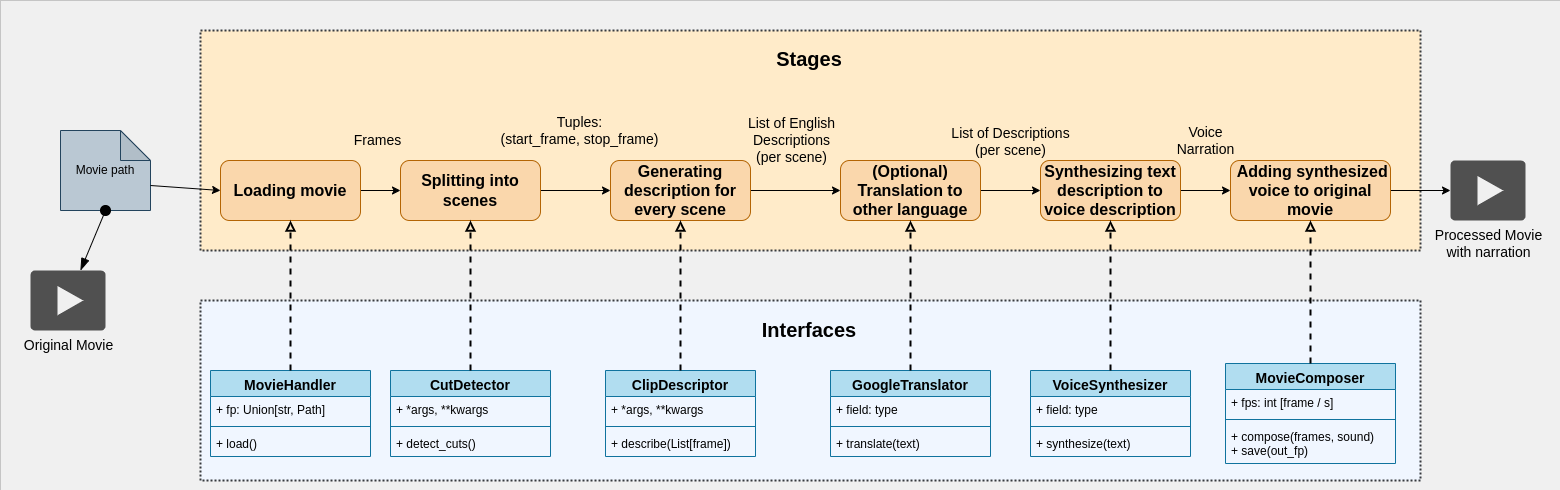
Earlier version of the draw.io export doc/drawio/Dataflow_Stages.png (BJankow/hackster.io-AI-video-narration-for-visually-impaired). Source tidied: cells renumbered, new cells last; positions are measured from the earlier drawing's top-left corner, leaving out a move shared by most shapes.
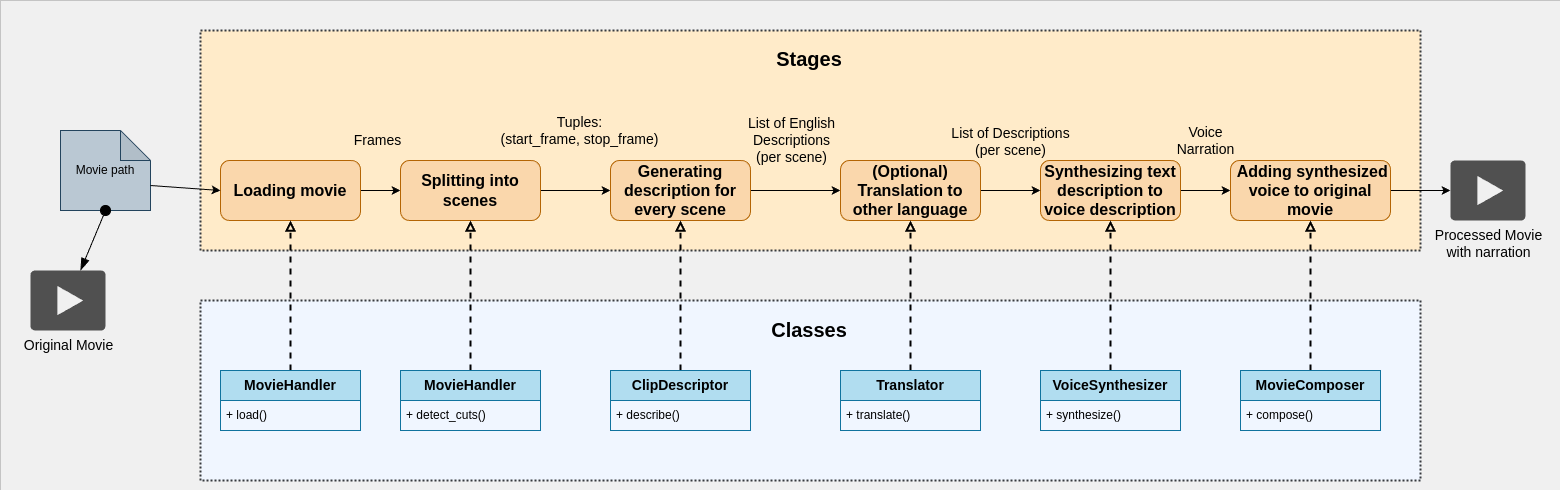
After the change.

The edit, as a diff of the source:
```diff
@@ -64,103 +64,67 @@
       <mxGeometry x="30" y="270" width="75" height="60" as="geometry" />
     </mxCell>
     <mxCell id="21" value="Interfaces" parent="0" />
+    <mxCell id="53" style="rounded=0;whiteSpace=wrap;html=1;fillColor=none;strokeWidth=0;" parent="21" vertex="1">
+      <mxGeometry width="1560" height="490" as="geometry" />
+    </mxCell>
-    <mxCell id="22" value="&lt;font size=&quot;1&quot; style=&quot;&quot;&gt;&lt;b style=&quot;font-size: 20px;&quot;&gt;Interfaces&lt;/b&gt;&lt;/font&gt;" style="rounded=0;whiteSpace=wrap;html=1;fillColor=#F0F6FF;movableLabel=1;strokeWidth=2;dashed=1;dashPattern=1 1;strokeColor=#36393d;" parent="21" vertex="1">
+    <mxCell id="22" value="&lt;font size=&quot;1&quot; style=&quot;&quot;&gt;&lt;b style=&quot;font-size: 20px;&quot;&gt;Classes&lt;/b&gt;&lt;/font&gt;" style="rounded=0;whiteSpace=wrap;html=1;fillColor=#F0F6FF;movableLabel=1;strokeWidth=2;dashed=1;dashPattern=1 1;strokeColor=#36393d;" parent="21" vertex="1">
       <mxGeometry x="200" y="300" width="1220" height="180" as="geometry">
         <mxPoint x="-1" y="-61" as="offset" />
       </mxGeometry>
     </mxCell>
-    <mxCell id="23" value="&lt;font style=&quot;font-size: 14px;&quot;&gt;MovieHandler&lt;/font&gt;" style="swimlane;fontStyle=1;align=center;verticalAlign=top;horizontal=1;startSize=26;whiteSpace=wrap;html=1;fillColor=#b1ddf0;strokeColor=#10739e;" parent="21" vertex="1">
-      <mxGeometry x="210" y="370" width="160" height="86" as="geometry" />
-    </mxCell>
-    <mxCell id="24" value="+ fp: Union[str, Path]" style="text;strokeColor=none;fillColor=none;align=left;verticalAlign=top;spacingLeft=4;spacingRight=4;overflow=hidden;whiteSpace=wrap;html=1;" parent="23" vertex="1">
-      <mxGeometry y="26" width="160" height="26" as="geometry" />
-    </mxCell>
-    <mxCell id="25" style="line;strokeWidth=1;fillColor=none;align=left;verticalAlign=middle;spacingTop=-1;spacingLeft=3;spacingRight=3;labelPosition=right;strokeColor=inherit;" parent="23" vertex="1">
-      <mxGeometry y="52" width="160" height="8" as="geometry" />
-    </mxCell>
-    <mxCell id="26" value="+ load()" style="text;strokeColor=none;fillColor=none;align=left;verticalAlign=top;spacingLeft=4;spacingRight=4;overflow=hidden;whiteSpace=wrap;html=1;" parent="23" vertex="1">
-      <mxGeometry y="60" width="160" height="26" as="geometry" />
-    </mxCell>
-    <mxCell id="27" value="&lt;font style=&quot;font-size: 14px;&quot;&gt;CutDetector&lt;/font&gt;" style="swimlane;fontStyle=1;align=center;verticalAlign=top;horizontal=1;startSize=26;whiteSpace=wrap;html=1;fillColor=#b1ddf0;strokeColor=#10739e;" parent="21" vertex="1">
-      <mxGeometry x="390" y="370" width="160" height="86" as="geometry" />
-    </mxCell>
-    <mxCell id="28" value="+ *args, **kwargs" style="text;strokeColor=none;fillColor=none;align=left;verticalAlign=top;spacingLeft=4;spacingRight=4;overflow=hidden;whiteSpace=wrap;html=1;" parent="27" vertex="1">
-      <mxGeometry y="26" width="160" height="26" as="geometry" />
-    </mxCell>
-    <mxCell id="29" style="line;strokeWidth=1;fillColor=none;align=left;verticalAlign=middle;spacingTop=-1;spacingLeft=3;spacingRight=3;labelPosition=right;strokeColor=inherit;" parent="27" vertex="1">
-      <mxGeometry y="52" width="160" height="8" as="geometry" />
-    </mxCell>
-    <mxCell id="30" value="+ detect_cuts()" style="text;strokeColor=none;fillColor=none;align=left;verticalAlign=top;spacingLeft=4;spacingRight=4;overflow=hidden;whiteSpace=wrap;html=1;" parent="27" vertex="1">
-      <mxGeometry y="60" width="160" height="26" as="geometry" />
-    </mxCell>
-    <mxCell id="31" value="&lt;font style=&quot;font-size: 14px;&quot;&gt;ClipDescriptor&lt;/font&gt;" style="swimlane;fontStyle=1;align=center;verticalAlign=top;horizontal=1;startSize=26;whiteSpace=wrap;html=1;fillColor=#b1ddf0;strokeColor=#10739e;" parent="21" vertex="1">
-      <mxGeometry x="605" y="370" width="150" height="86" as="geometry" />
-    </mxCell>
-    <mxCell id="32" value="+ *args, **kwargs" style="text;strokeColor=none;fillColor=none;align=left;verticalAlign=top;spacingLeft=4;spacingRight=4;overflow=hidden;whiteSpace=wrap;html=1;" parent="31" vertex="1">
-      <mxGeometry y="26" width="150" height="26" as="geometry" />
-    </mxCell>
-    <mxCell id="33" style="line;strokeWidth=1;fillColor=none;align=left;verticalAlign=middle;spacingTop=-1;spacingLeft=3;spacingRight=3;labelPosition=right;strokeColor=inherit;" parent="31" vertex="1">
-      <mxGeometry y="52" width="150" height="8" as="geometry" />
-    </mxCell>
-    <mxCell id="34" value="+ describe(List[frame])" style="text;strokeColor=none;fillColor=none;align=left;verticalAlign=top;spacingLeft=4;spacingRight=4;overflow=hidden;whiteSpace=wrap;html=1;" parent="31" vertex="1">
-      <mxGeometry y="60" width="150" height="26" as="geometry" />
-    </mxCell>
-    <mxCell id="35" value="&lt;font style=&quot;font-size: 14px;&quot;&gt;VoiceSynthesizer&lt;/font&gt;" style="swimlane;fontStyle=1;align=center;verticalAlign=top;horizontal=1;startSize=26;whiteSpace=wrap;html=1;fillColor=#b1ddf0;strokeColor=#10739e;" parent="21" vertex="1">
-      <mxGeometry x="1030" y="370" width="160" height="86" as="geometry" />
-    </mxCell>
-    <mxCell id="36" value="+ field: type" style="text;strokeColor=none;fillColor=none;align=left;verticalAlign=top;spacingLeft=4;spacingRight=4;overflow=hidden;whiteSpace=wrap;html=1;" parent="35" vertex="1">
-      <mxGeometry y="26" width="160" height="26" as="geometry" />
-    </mxCell>
-    <mxCell id="37" style="line;strokeWidth=1;fillColor=none;align=left;verticalAlign=middle;spacingTop=-1;spacingLeft=3;spacingRight=3;labelPosition=right;strokeColor=inherit;" parent="35" vertex="1">
-      <mxGeometry y="52" width="160" height="8" as="geometry" />
-    </mxCell>
-    <mxCell id="38" value="+ synthesize(text)" style="text;strokeColor=none;fillColor=none;align=left;verticalAlign=top;spacingLeft=4;spacingRight=4;overflow=hidden;whiteSpace=wrap;html=1;" parent="35" vertex="1">
-      <mxGeometry y="60" width="160" height="26" as="geometry" />
-    </mxCell>
-    <mxCell id="39" value="&lt;font style=&quot;font-size: 14px;&quot;&gt;MovieComposer&lt;/font&gt;" style="swimlane;fontStyle=1;align=center;verticalAlign=top;horizontal=1;startSize=26;whiteSpace=wrap;html=1;fillColor=#b1ddf0;strokeColor=#10739e;" parent="21" vertex="1">
-      <mxGeometry x="1225" y="363" width="170" height="100" as="geometry" />
-    </mxCell>
-    <mxCell id="40" value="+ fps: int [frame / s]" style="text;strokeColor=none;fillColor=none;align=left;verticalAlign=top;spacingLeft=4;spacingRight=4;overflow=hidden;whiteSpace=wrap;html=1;" parent="39" vertex="1">
-      <mxGeometry y="26" width="170" height="26" as="geometry" />
-    </mxCell>
-    <mxCell id="41" style="line;strokeWidth=1;fillColor=none;align=left;verticalAlign=middle;spacingTop=-1;spacingLeft=3;spacingRight=3;labelPosition=right;strokeColor=inherit;" parent="39" vertex="1">
-      <mxGeometry y="52" width="170" height="8" as="geometry" />
-    </mxCell>
-    <mxCell id="42" value="+ compose(frames, sound)&lt;div&gt;+ save(out_fp)&lt;/div&gt;" style="text;strokeColor=none;fillColor=none;align=left;verticalAlign=top;spacingLeft=4;spacingRight=4;overflow=hidden;whiteSpace=wrap;html=1;" parent="39" vertex="1">
-      <mxGeometry y="60" width="170" height="40" as="geometry" />
-    </mxCell>
-    <mxCell id="43" value="&lt;font style=&quot;font-size: 14px;&quot;&gt;GoogleTranslator&lt;/font&gt;" style="swimlane;fontStyle=1;align=center;verticalAlign=top;horizontal=1;startSize=26;whiteSpace=wrap;html=1;fillColor=#b1ddf0;strokeColor=#10739e;" parent="21" vertex="1">
-      <mxGeometry x="830" y="370" width="160" height="86" as="geometry" />
-    </mxCell>
-    <mxCell id="44" value="+ field: type" style="text;strokeColor=none;fillColor=none;align=left;verticalAlign=top;spacingLeft=4;spacingRight=4;overflow=hidden;whiteSpace=wrap;html=1;" parent="43" vertex="1">
-      <mxGeometry y="26" width="160" height="26" as="geometry" />
-    </mxCell>
-    <mxCell id="45" style="line;strokeWidth=1;fillColor=none;align=left;verticalAlign=middle;spacingTop=-1;spacingLeft=3;spacingRight=3;labelPosition=right;strokeColor=inherit;" parent="43" vertex="1">
-      <mxGeometry y="52" width="160" height="8" as="geometry" />
-    </mxCell>
-    <mxCell id="46" value="+ translate(text)" style="text;strokeColor=none;fillColor=none;align=left;verticalAlign=top;spacingLeft=4;spacingRight=4;overflow=hidden;whiteSpace=wrap;html=1;" parent="43" vertex="1">
-      <mxGeometry y="60" width="160" height="26" as="geometry" />
-    </mxCell>
     <mxCell id="47" style="edgeStyle=orthogonalEdgeStyle;rounded=0;jettySize=auto;html=1;endArrow=block;endFill=0;dashed=1;strokeWidth=2;entryX=0.5;entryY=1;entryDx=0;entryDy=0;" parent="21" edge="1" source="39" target="14">
       <mxGeometry relative="1" as="geometry" />
     </mxCell>
-    <mxCell id="48" style="edgeStyle=orthogonalEdgeStyle;rounded=0;jettySize=auto;html=1;endArrow=block;endFill=0;dashed=1;strokeWidth=2;entryX=0.5;entryY=1;entryDx=0;entryDy=0;" parent="21" edge="1" source="35" target="12">
+    <mxCell id="48" style="edgeStyle=orthogonalEdgeStyle;rounded=0;jettySize=auto;html=1;endArrow=block;endFill=0;dashed=1;strokeWidth=2;entryX=0.5;entryY=1;entryDx=0;entryDy=0;exitX=0.5;exitY=0;exitDx=0;exitDy=0;" parent="21" edge="1" source="35" target="12">
       <mxGeometry relative="1" as="geometry" />
     </mxCell>
-    <mxCell id="49" style="edgeStyle=orthogonalEdgeStyle;rounded=0;jettySize=auto;html=1;endArrow=block;endFill=0;dashed=1;strokeWidth=2;entryX=0.5;entryY=1;entryDx=0;entryDy=0;exitX=0.5;exitY=0;exitDx=0;exitDy=0;" parent="21" edge="1" source="43" target="19">
+    <mxCell id="49" style="edgeStyle=orthogonalEdgeStyle;rounded=0;jettySize=auto;html=1;endArrow=block;endFill=0;dashed=1;strokeWidth=2;entryX=0.5;entryY=1;entryDx=0;entryDy=0;exitX=0.5;exitY=0;exitDx=0;exitDy=0;" parent="21" edge="1" source="57" target="19">
       <mxGeometry relative="1" as="geometry" />
     </mxCell>
-    <mxCell id="50" style="edgeStyle=orthogonalEdgeStyle;rounded=0;jettySize=auto;html=1;endArrow=block;endFill=0;dashed=1;strokeWidth=2;entryX=0.5;entryY=1;entryDx=0;entryDy=0;" parent="21" edge="1" source="31" target="10">
+    <mxCell id="50" style="edgeStyle=orthogonalEdgeStyle;rounded=0;jettySize=auto;html=1;endArrow=block;endFill=0;dashed=1;strokeWidth=2;entryX=0.5;entryY=1;entryDx=0;entryDy=0;exitX=0.5;exitY=0;exitDx=0;exitDy=0;" parent="21" edge="1" source="31" target="10">
       <mxGeometry relative="1" as="geometry" />
     </mxCell>
-    <mxCell id="51" style="edgeStyle=orthogonalEdgeStyle;rounded=0;jettySize=auto;html=1;endArrow=block;endFill=0;dashed=1;strokeWidth=2;entryX=0.5;entryY=1;entryDx=0;entryDy=0;" parent="21" edge="1" source="27" target="8">
+    <mxCell id="51" style="edgeStyle=orthogonalEdgeStyle;rounded=0;jettySize=auto;html=1;endArrow=block;endFill=0;dashed=1;strokeWidth=2;entryX=0.5;entryY=1;entryDx=0;entryDy=0;exitX=0.5;exitY=0;exitDx=0;exitDy=0;" parent="21" edge="1" source="55" target="8">
       <mxGeometry relative="1" as="geometry" />
     </mxCell>
-    <mxCell id="52" style="edgeStyle=orthogonalEdgeStyle;rounded=0;jettySize=auto;html=1;endArrow=block;endFill=0;dashed=1;strokeWidth=2;entryX=0.5;entryY=1;entryDx=0;entryDy=0;" parent="21" edge="1" source="23" target="4">
+    <mxCell id="52" style="edgeStyle=orthogonalEdgeStyle;rounded=0;jettySize=auto;html=1;endArrow=block;endFill=0;dashed=1;strokeWidth=2;entryX=0.5;entryY=1;entryDx=0;entryDy=0;exitX=0.5;exitY=0;exitDx=0;exitDy=0;" parent="21" edge="1" source="54" target="4">
       <mxGeometry relative="1" as="geometry" />
     </mxCell>
-    <mxCell id="53" style="rounded=0;whiteSpace=wrap;html=1;fillColor=none;strokeWidth=0;" parent="21" vertex="1">
-      <mxGeometry width="1560" height="490" as="geometry" />
-    </mxCell>
+    <mxCell id="54" value="&lt;span style=&quot;color: rgb(0, 0, 0); font-family: Helvetica; font-size: 14px; font-style: normal; font-variant-ligatures: normal; font-variant-caps: normal; font-weight: 700; letter-spacing: normal; orphans: 2; text-align: center; text-indent: 0px; text-transform: none; widows: 2; word-spacing: 0px; -webkit-text-stroke-width: 0px; white-space: normal; text-decoration-thickness: initial; text-decoration-style: initial; text-decoration-color: initial; float: none; display: inline !important;&quot;&gt;MovieHandler&lt;/span&gt;" style="swimlane;fontStyle=0;horizontal=1;startSize=30;whiteSpace=wrap;html=1;fillColor=#b1ddf0;strokeColor=#10739e;" parent="21" vertex="1">
+      <mxGeometry x="220" y="370" width="140" height="60" as="geometry" />
+    </mxCell>
+    <mxCell id="26" value="+ load()" style="text;strokeColor=none;fillColor=none;align=left;verticalAlign=middle;spacingLeft=4;spacingRight=4;overflow=hidden;whiteSpace=wrap;html=1;" parent="54" vertex="1">
+      <mxGeometry y="30" width="140" height="30" as="geometry" />
+    </mxCell>
+    <mxCell id="55" value="&lt;span style=&quot;color: rgb(0, 0, 0); font-family: Helvetica; font-size: 14px; font-style: normal; font-variant-ligatures: normal; font-variant-caps: normal; font-weight: 700; letter-spacing: normal; orphans: 2; text-align: center; text-indent: 0px; text-transform: none; widows: 2; word-spacing: 0px; -webkit-text-stroke-width: 0px; white-space: normal; text-decoration-thickness: initial; text-decoration-style: initial; text-decoration-color: initial; float: none; display: inline !important;&quot;&gt;MovieHandler&lt;/span&gt;" style="swimlane;fontStyle=0;horizontal=1;startSize=30;whiteSpace=wrap;html=1;fillColor=#b1ddf0;strokeColor=#10739e;" parent="21" vertex="1">
+      <mxGeometry x="400" y="370" width="140" height="60" as="geometry" />
+    </mxCell>
+    <mxCell id="30" value="+ detect_cuts()" style="text;strokeColor=none;fillColor=none;align=left;verticalAlign=middle;spacingLeft=4;spacingRight=4;overflow=hidden;whiteSpace=wrap;html=1;" parent="55" vertex="1">
+      <mxGeometry y="30" width="140" height="30" as="geometry" />
+    </mxCell>
+    <mxCell id="31" value="&lt;span style=&quot;font-size: 14px; font-weight: 700;&quot;&gt;ClipDescriptor&lt;/span&gt;" style="swimlane;fontStyle=0;horizontal=1;startSize=30;whiteSpace=wrap;html=1;fillColor=#b1ddf0;strokeColor=#10739e;" parent="21" vertex="1">
+      <mxGeometry x="610" y="370" width="140" height="60" as="geometry" />
+    </mxCell>
+    <mxCell id="56" value="+ describe()" style="text;strokeColor=none;fillColor=none;align=left;verticalAlign=middle;spacingLeft=4;spacingRight=4;overflow=hidden;whiteSpace=wrap;html=1;" parent="31" vertex="1">
+      <mxGeometry y="30" width="140" height="30" as="geometry" />
+    </mxCell>
+    <mxCell id="57" value="&lt;span style=&quot;font-size: 14px; font-weight: 700;&quot;&gt;Translator&lt;/span&gt;" style="swimlane;fontStyle=0;horizontal=1;startSize=30;whiteSpace=wrap;html=1;fillColor=#b1ddf0;strokeColor=#10739e;" parent="21" vertex="1">
+      <mxGeometry x="840" y="370" width="140" height="60" as="geometry" />
+    </mxCell>
+    <mxCell id="58" value="+ translate()" style="text;strokeColor=none;fillColor=none;align=left;verticalAlign=middle;spacingLeft=4;spacingRight=4;overflow=hidden;whiteSpace=wrap;html=1;" parent="57" vertex="1">
+      <mxGeometry y="30" width="140" height="30" as="geometry" />
+    </mxCell>
+    <mxCell id="35" value="&lt;span style=&quot;font-size: 14px; font-weight: 700;&quot;&gt;VoiceSynthesizer&lt;/span&gt;" style="swimlane;fontStyle=0;horizontal=1;startSize=30;whiteSpace=wrap;html=1;fillColor=#b1ddf0;strokeColor=#10739e;" parent="21" vertex="1">
+      <mxGeometry x="1040" y="370" width="140" height="60" as="geometry" />
+    </mxCell>
+    <mxCell id="59" value="+ synthesize()" style="text;strokeColor=none;fillColor=none;align=left;verticalAlign=middle;spacingLeft=4;spacingRight=4;overflow=hidden;whiteSpace=wrap;html=1;" parent="35" vertex="1">
+      <mxGeometry y="30" width="140" height="30" as="geometry" />
+    </mxCell>
+    <mxCell id="39" value="&lt;span style=&quot;font-size: 14px; font-weight: 700;&quot;&gt;MovieComposer&lt;/span&gt;" style="swimlane;fontStyle=0;horizontal=1;startSize=30;whiteSpace=wrap;html=1;fillColor=#b1ddf0;strokeColor=#10739e;" parent="21" vertex="1">
+      <mxGeometry x="1240" y="370" width="140" height="60" as="geometry" />
+    </mxCell>
+    <mxCell id="60" value="+ compose()" style="text;strokeColor=none;fillColor=none;align=left;verticalAlign=middle;spacingLeft=4;spacingRight=4;overflow=hidden;whiteSpace=wrap;html=1;" parent="39" vertex="1">
+      <mxGeometry y="30" width="140" height="30" as="geometry" />
+    </mxCell>
   </root>
 </mxGraphModel>
```
